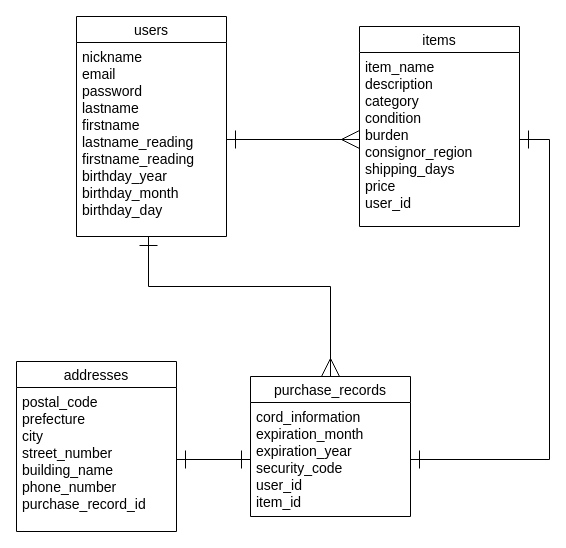
Above: test.dio in HubYoshiharu/furima-31492 (draw.io), before the change. Source tidied: cells renumbered, new cells numbered last; positions are measured from the earlier drawing's top-left corner, leaving out a move shared by most shapes. Both pictures are drawn from the tidied source at 100%, with x=0, y=0 at pixel (16, 16).
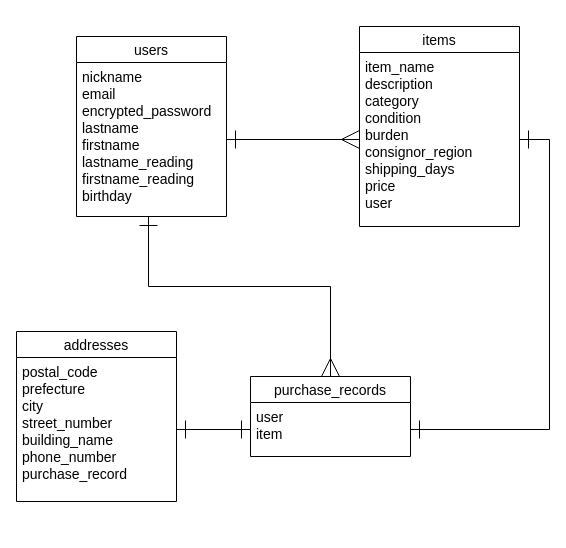
The same page after the edit.

Change to the diagram source:
```diff
@@
 <mxGraphModel>
   <root>
     <mxCell id="0" />
     <mxCell id="1" parent="0" />
     <mxCell id="2" value="users" style="swimlane;fontStyle=0;horizontal=1;startSize=26;align=center;fontSize=14;" parent="1" vertex="1">
-      <mxGeometry x="60" width="150" height="220" as="geometry" />
+      <mxGeometry x="60" y="20" width="150" height="180" as="geometry" />
     </mxCell>
-    <mxCell id="3" value="nickname&#10;email&#10;password&#10;lastname&#10;firstname&#10;lastname_reading&#10;firstname_reading&#10;birthday_year&#10;birthday_month&#10;birthday_day" style="text;strokeColor=none;fillColor=none;spacingLeft=4;spacingRight=4;overflow=hidden;points=[[0,0.5],[1,0.5]];portConstraint=eastwest;fontSize=14;" parent="2" vertex="1">
-      <mxGeometry y="26" width="150" height="194" as="geometry" />
+    <mxCell id="3" value="nickname&#10;email&#10;encrypted_password&#10;lastname&#10;firstname&#10;lastname_reading&#10;firstname_reading&#10;birthday&#10;" style="text;strokeColor=none;fillColor=none;spacingLeft=4;spacingRight=4;overflow=hidden;points=[[0,0.5],[1,0.5]];portConstraint=eastwest;fontSize=14;" parent="2" vertex="1">
+      <mxGeometry y="26" width="150" height="154" as="geometry" />
     </mxCell>
     <mxCell id="4" style="edgeStyle=orthogonalEdgeStyle;rounded=0;jettySize=auto;html=1;startArrow=ERmany;startFill=0;endArrow=ERone;endFill=0;endSize=16;startSize=16;fontSize=14;exitX=0;exitY=0.5;exitDx=0;exitDy=0;entryX=1;entryY=0.5;entryDx=0;entryDy=0;" parent="1" edge="1" source="6" target="3">
       <mxGeometry relative="1" as="geometry" />
     </mxCell>
     <mxCell id="5" value="items" style="swimlane;fontStyle=0;horizontal=1;startSize=26;align=center;fontSize=14;rotation=0;" parent="1" vertex="1">
       <mxGeometry x="343" y="10" width="160" height="200" as="geometry" />
     </mxCell>
-    <mxCell id="6" value="item_name&#10;description&#10;category&#10;condition&#10;burden&#10;consignor_region&#10;shipping_days&#10;price&#10;user_id" style="text;strokeColor=none;fillColor=none;spacingLeft=4;spacingRight=4;overflow=hidden;points=[[0,0.5],[1,0.5]];portConstraint=eastwest;fontSize=14;rotation=0;" parent="5" vertex="1">
+    <mxCell id="6" value="item_name&#10;description&#10;category&#10;condition&#10;burden&#10;consignor_region&#10;shipping_days&#10;price&#10;user" style="text;strokeColor=none;fillColor=none;spacingLeft=4;spacingRight=4;overflow=hidden;points=[[0,0.5],[1,0.5]];portConstraint=eastwest;fontSize=14;rotation=0;" parent="5" vertex="1">
       <mxGeometry y="26" width="160" height="174" as="geometry" />
     </mxCell>
     <mxCell id="7" value="purchase_records" style="swimlane;fontStyle=0;horizontal=1;startSize=26;align=center;fontSize=14;rotation=0;" parent="1" vertex="1">
-      <mxGeometry x="234" y="360" width="160" height="140" as="geometry" />
+      <mxGeometry x="234" y="360" width="160" height="80" as="geometry" />
     </mxCell>
-    <mxCell id="8" value="cord_information&#10;expiration_month&#10;expiration_year&#10;security_code&#10;user_id&#10;item_id" style="text;strokeColor=none;fillColor=none;spacingLeft=4;spacingRight=4;overflow=hidden;points=[[0,0.5],[1,0.5]];portConstraint=eastwest;fontSize=14;rotation=0;" parent="7" vertex="1">
-      <mxGeometry y="26" width="160" height="114" as="geometry" />
+    <mxCell id="8" value="user&#10;item" style="text;strokeColor=none;fillColor=none;spacingLeft=4;spacingRight=4;overflow=hidden;points=[[0,0.5],[1,0.5]];portConstraint=eastwest;fontSize=14;rotation=0;" parent="7" vertex="1">
+      <mxGeometry y="26" width="160" height="54" as="geometry" />
     </mxCell>
     <mxCell id="9" value="addresses" style="swimlane;fontStyle=0;horizontal=1;startSize=26;align=center;fontSize=14;rotation=0;" parent="1" vertex="1">
-      <mxGeometry y="345" width="160" height="170" as="geometry" />
+      <mxGeometry y="315" width="160" height="170" as="geometry" />
     </mxCell>
-    <mxCell id="10" value="postal_code&#10;prefecture&#10;city&#10;street_number&#10;building_name&#10;phone_number&#10;purchase_record_id&#10;" style="text;strokeColor=none;fillColor=none;spacingLeft=4;spacingRight=4;overflow=hidden;points=[[0,0.5],[1,0.5]];portConstraint=eastwest;fontSize=14;rotation=0;" parent="9" vertex="1">
+    <mxCell id="10" value="postal_code&#10;prefecture&#10;city&#10;street_number&#10;building_name&#10;phone_number&#10;purchase_record" style="text;strokeColor=none;fillColor=none;spacingLeft=4;spacingRight=4;overflow=hidden;points=[[0,0.5],[1,0.5]];portConstraint=eastwest;fontSize=14;rotation=0;" parent="9" vertex="1">
       <mxGeometry y="26" width="160" height="144" as="geometry" />
     </mxCell>
     <mxCell id="11" style="edgeStyle=orthogonalEdgeStyle;rounded=0;jettySize=auto;html=1;startArrow=ERmany;startFill=0;endArrow=ERone;endFill=0;endSize=16;startSize=16;fontSize=14;exitX=0.5;exitY=0;exitDx=0;exitDy=0;" parent="1" edge="1" source="7" target="3">
       <mxGeometry relative="1" as="geometry">
         <Array as="points">
           <mxPoint x="314" y="270" />
           <mxPoint x="132" y="270" />
         </Array>
       </mxGeometry>
     </mxCell>
     <mxCell id="12" style="edgeStyle=orthogonalEdgeStyle;rounded=0;jettySize=auto;html=1;startArrow=ERone;startFill=0;endArrow=ERone;endFill=0;endSize=16;startSize=16;fontSize=14;entryX=1;entryY=0.5;entryDx=0;entryDy=0;exitX=1;exitY=0.5;exitDx=0;exitDy=0;" parent="1" edge="1" source="8" target="6">
       <mxGeometry relative="1" as="geometry" />
     </mxCell>
     <mxCell id="13" style="edgeStyle=orthogonalEdgeStyle;rounded=0;jettySize=auto;html=1;startArrow=ERone;startFill=0;endArrow=ERone;endFill=0;endSize=16;startSize=16;fontSize=14;entryX=1;entryY=0.5;entryDx=0;entryDy=0;exitX=0;exitY=0.5;exitDx=0;exitDy=0;" parent="1" edge="1" source="8" target="10">
       <mxGeometry relative="1" as="geometry" />
     </mxCell>
   </root>
 </mxGraphModel>
```
